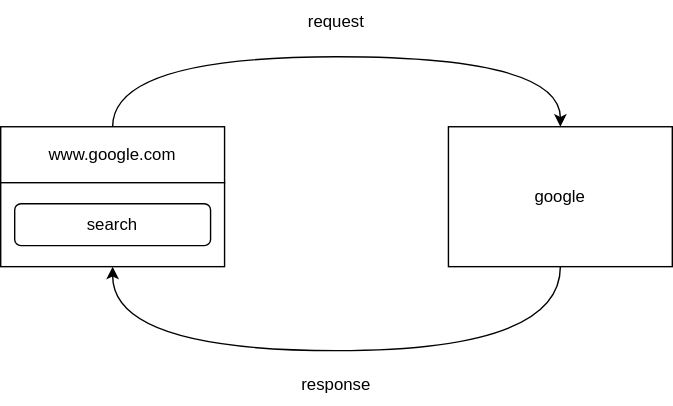
Before: pages/drawio/request_response.drawio.svg, a diagram exported from draw.io (datainsightat/datainsight.github.io). Source tidied: cells renumbered, new cells last; positions are measured from the earlier drawing's top-left corner, leaving out a move shared by most shapes.
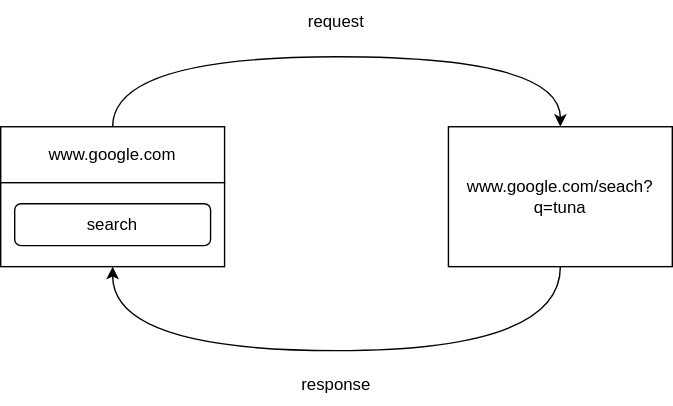
After the change.

The edit, as a diff of the source:
```diff
@@ -2,7 +2,7 @@
   <root>
     <mxCell id="0" />
     <mxCell id="1" parent="0" />
-    <mxCell id="2" value="google" style="rounded=0;whiteSpace=wrap;html=1;" parent="1" vertex="1">
+    <mxCell id="2" value="www.google.com/seach?q=tuna" style="rounded=0;whiteSpace=wrap;html=1;" parent="1" vertex="1">
       <mxGeometry x="320" y="90" width="160" height="100" as="geometry" />
     </mxCell>
     <mxCell id="3" value="www.google.com" style="rounded=0;whiteSpace=wrap;html=1;" parent="1" vertex="1">
```
